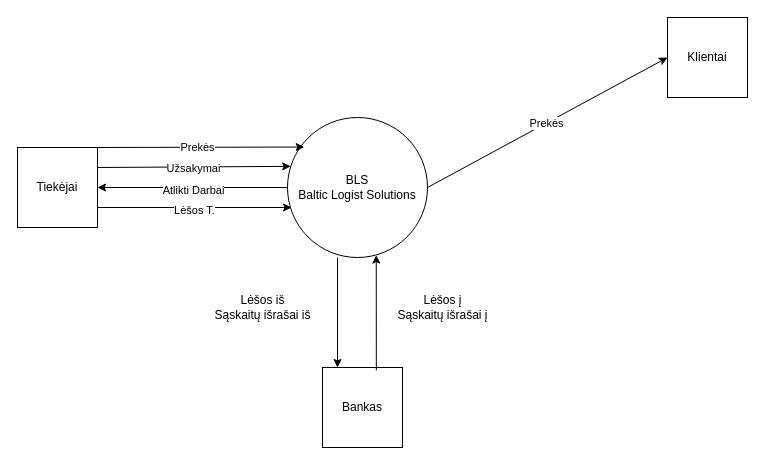
The draw.io diagram page "Pagrindinis Lygis" (1 of 3) of Untitled Diagram.drawio in D0mazo/Studijos, before the edit. Source tidied: cells renumbered, new cells numbered last; positions are measured from the earlier drawing's top-left corner, leaving out a move shared by most shapes. Both pictures are drawn from the tidied source at 100%, with x=0, y=0 at pixel (17, 17).
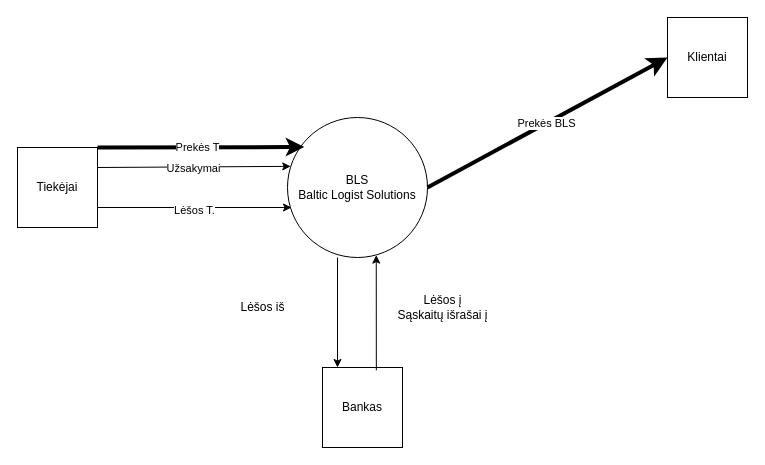
The same page after the edit.

The change refers to these unchanged cells:
```xml
<mxCell id="2" value="BLS&lt;div&gt;Baltic Logist Solutions&lt;/div&gt;" style="ellipse;whiteSpace=wrap;html=1;" parent="1" vertex="1">
  <mxGeometry x="270" y="100" width="140" height="140" as="geometry" />
</mxCell>
<mxCell id="5" value="Klientai" style="whiteSpace=wrap;html=1;" parent="1" vertex="1">
  <mxGeometry x="650" width="80" height="80" as="geometry" />
</mxCell>
<mxCell id="6" value="Tiekėjai" style="whiteSpace=wrap;html=1;" parent="1" vertex="1">
  <mxGeometry y="130" width="80" height="80" as="geometry" />
</mxCell>
```

Diff of the diagram source:
```diff
@@
-    <mxCell id="3" style="endArrow=classic;html=1;rounded=0;exitX=1;exitY=0.5;exitDx=0;exitDy=0;entryX=0;entryY=0.5;entryDx=0;entryDy=0;" parent="1" edge="1" source="2" target="5">
+    <mxCell id="3" style="endArrow=classic;html=1;rounded=0;exitX=1;exitY=0.5;exitDx=0;exitDy=0;entryX=0;entryY=0.5;entryDx=0;entryDy=0;endSize=8;strokeWidth=4;" parent="1" edge="1" source="2" target="5">
       <mxGeometry relative="1" as="geometry" />
     </mxCell>
-    <mxCell id="4" value="Prekės" style="edgeLabel;html=1;align=center;verticalAlign=middle;" parent="3" vertex="1">
+    <mxCell id="4" value="Prekės BLS" style="edgeLabel;html=1;align=center;verticalAlign=middle;" parent="3" vertex="1">
       <mxGeometry x="-0.01" relative="1" as="geometry" />
     </mxCell>
@@
-    <mxCell id="9" value="Lėšos iš&lt;div&gt;Sąskaitų išrašai iš&lt;/div&gt;" style="text;html=1;align=center;verticalAlign=middle;strokeColor=none;fillColor=none;" parent="1" vertex="1">
-      <mxGeometry x="185" y="270" width="120" height="40" as="geometry" />
+    <mxCell id="9" value="Lėšos iš" style="text;html=1;align=center;verticalAlign=middle;strokeColor=none;fillColor=none;" parent="1" vertex="1">
+      <mxGeometry x="210" y="275" width="70" height="30" as="geometry" />
     </mxCell>
-    <mxCell id="10" style="endArrow=classic;html=1;rounded=0;exitX=1;exitY=0;exitDx=0;exitDy=0;entryX=0.12;entryY=0.211;entryDx=0;entryDy=0;entryPerimeter=0;" parent="1" edge="1" source="6" target="2">
+    <mxCell id="10" style="endArrow=classic;html=1;rounded=0;exitX=1;exitY=0;exitDx=0;exitDy=0;entryX=0.12;entryY=0.211;entryDx=0;entryDy=0;entryPerimeter=0;startSize=10;strokeWidth=4;" parent="1" edge="1" source="6" target="2">
       <mxGeometry relative="1" as="geometry" />
     </mxCell>
-    <mxCell id="11" value="Prekės" style="edgeLabel;html=1;align=center;verticalAlign=middle;" parent="10" vertex="1">
+    <mxCell id="11" value="Prekės T" style="edgeLabel;html=1;align=center;verticalAlign=middle;" parent="10" vertex="1">
       <mxGeometry x="-0.03" relative="1" as="geometry" />
     </mxCell>
@@
-    <mxCell id="14" style="endArrow=classic;html=1;rounded=0;exitX=0;exitY=0.5;exitDx=0;exitDy=0;entryX=1;entryY=0.5;entryDx=0;entryDy=0;" parent="1" edge="1" source="2" target="6">
-      <mxGeometry relative="1" as="geometry" />
-    </mxCell>
-    <mxCell id="15" value="Atlikti Darbai" style="edgeLabel;html=1;align=center;verticalAlign=middle;" parent="14" vertex="1">
-      <mxGeometry y="2" relative="1" as="geometry" />
-    </mxCell>
```
